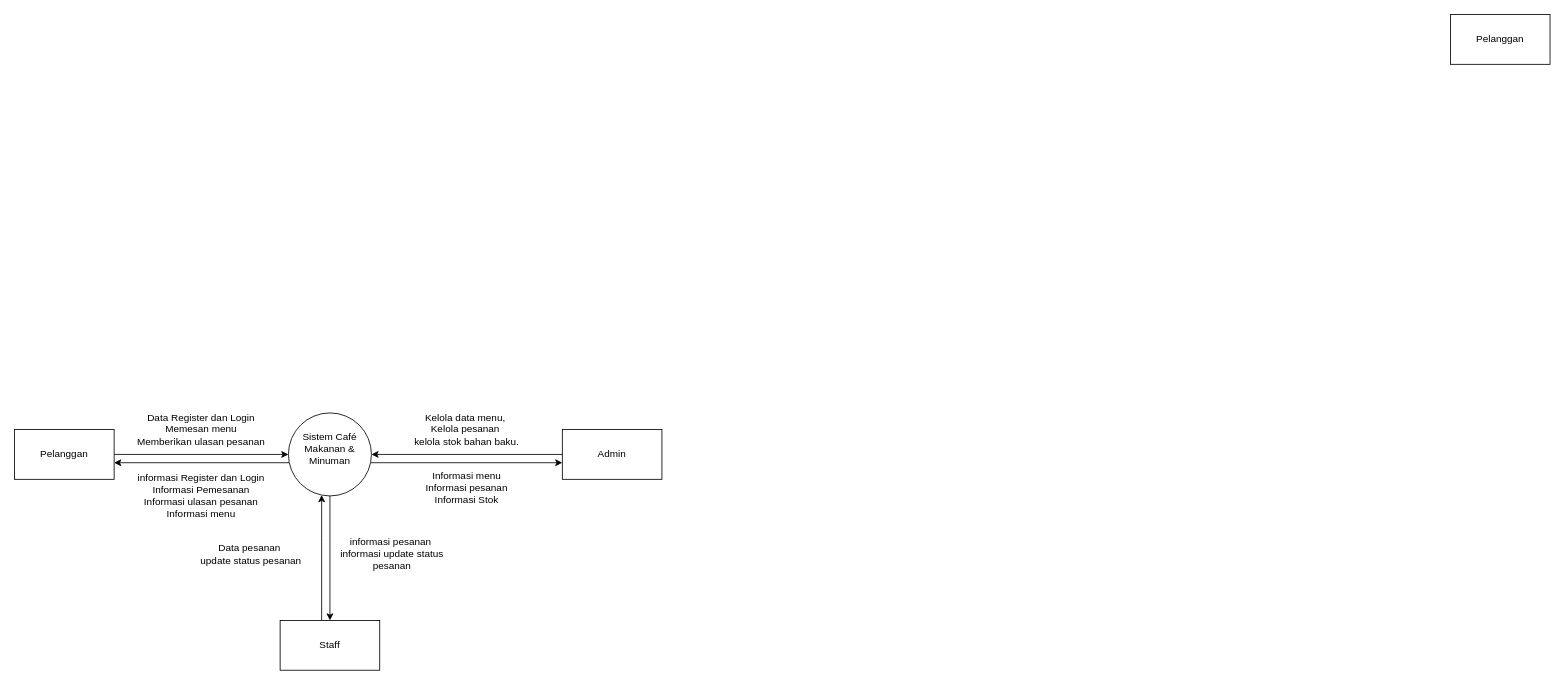
The draw.io diagram page "Halaman-1" (1 of 2) of UAS RKDS.drawio in ubptr/porject-01, before the edit. Source tidied: cells renumbered, new cells numbered last; positions are measured from the earlier drawing's top-left corner, leaving out a move shared by most shapes. Both pictures are drawn from the tidied source at 83%, with x=0, y=0 at pixel (14, 14).
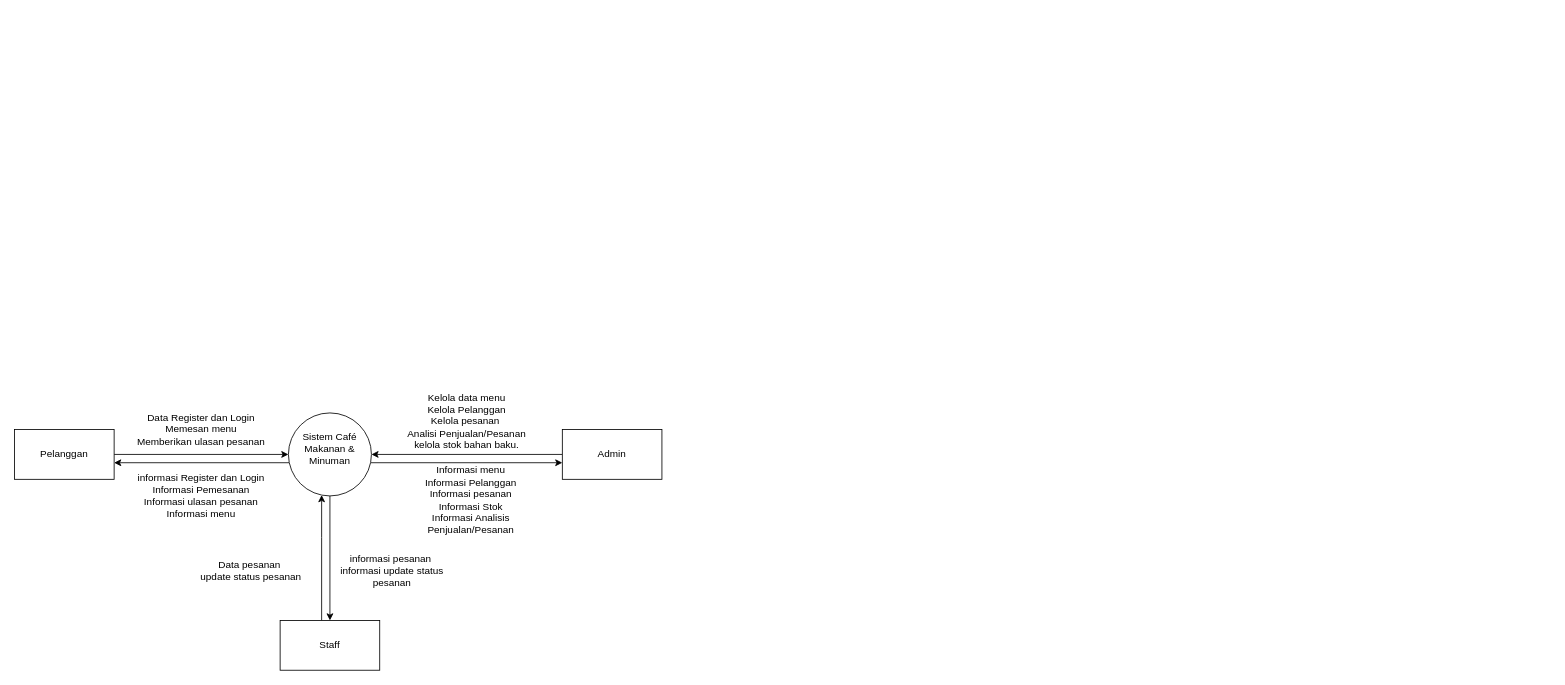
After the change.

Diff of the diagram source:
```diff
@@
-    <mxCell id="13" value="Kelola data menu,&amp;nbsp;&lt;div&gt;Kelola pesanan&amp;nbsp;&lt;/div&gt;&lt;div&gt;kelola stok bahan baku.&lt;/div&gt;" style="text;html=1;align=center;verticalAlign=middle;whiteSpace=wrap;rounded=0;" parent="1" vertex="1">
-      <mxGeometry x="440" y="480" width="210" height="40" as="geometry" />
+    <mxCell id="13" value="Kelola data menu&lt;div&gt;Kelola Pelanggan&lt;br&gt;&lt;div&gt;Kelola pesanan&amp;nbsp;&lt;/div&gt;&lt;div&gt;Analisi Penjualan/Pesanan&lt;/div&gt;&lt;div&gt;kelola stok bahan baku.&lt;/div&gt;&lt;/div&gt;" style="text;html=1;align=center;verticalAlign=middle;whiteSpace=wrap;rounded=0;" parent="1" vertex="1">
+      <mxGeometry x="440" y="460" width="210" height="60" as="geometry" />
     </mxCell>
     <mxCell id="14" value="Data pesanan&amp;nbsp;&lt;div&gt;update status pesanan&lt;/div&gt;" style="text;html=1;align=center;verticalAlign=middle;whiteSpace=wrap;rounded=0;" parent="1" vertex="1">
-      <mxGeometry x="210" y="630" width="150" height="40" as="geometry" />
+      <mxGeometry x="210" y="650" width="150" height="40" as="geometry" />
     </mxCell>
     <mxCell id="15" value="informasi pesanan&amp;nbsp;&lt;div&gt;informasi update status pesanan&lt;/div&gt;" style="text;html=1;align=center;verticalAlign=middle;whiteSpace=wrap;rounded=0;" parent="1" vertex="1">
-      <mxGeometry x="380" y="630" width="150" height="40" as="geometry" />
+      <mxGeometry x="380" y="650" width="150" height="40" as="geometry" />
     </mxCell>
@@
-    <mxCell id="17" value="Informasi menu&lt;div&gt;Informasi pesanan&lt;/div&gt;&lt;div&gt;Informasi Stok&lt;/div&gt;" style="text;html=1;align=center;verticalAlign=middle;whiteSpace=wrap;rounded=0;" parent="1" vertex="1">
-      <mxGeometry x="440" y="550" width="210" height="40" as="geometry" />
+    <mxCell id="17" value="Informasi menu&lt;div&gt;Informasi Pelanggan&lt;br&gt;&lt;div&gt;Informasi pesanan&lt;/div&gt;&lt;div&gt;Informasi Stok&lt;/div&gt;&lt;/div&gt;&lt;div&gt;Informasi Analisis Penjualan/Pesanan&lt;/div&gt;" style="text;html=1;align=center;verticalAlign=middle;whiteSpace=wrap;rounded=0;" parent="1" vertex="1">
+      <mxGeometry x="470" y="550" width="160" height="70" as="geometry" />
     </mxCell>
-    <mxCell id="18" value="Pelanggan" style="rounded=0;whiteSpace=wrap;html=1;" parent="1" vertex="1">
-      <mxGeometry x="1730" width="120" height="60" as="geometry" />
-    </mxCell>
```
